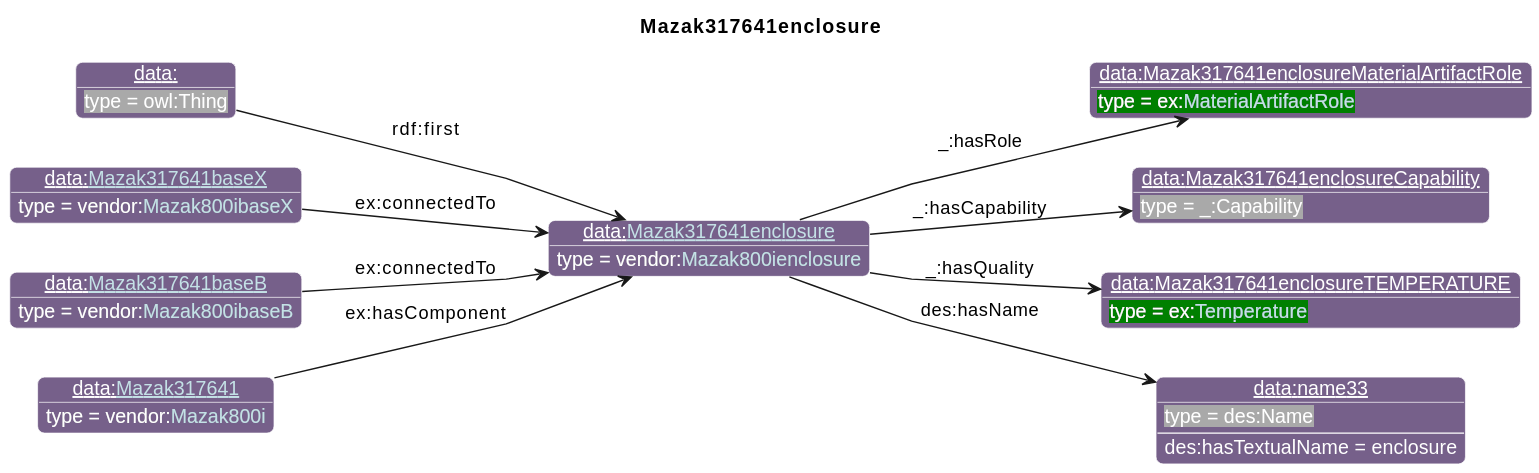
iofoundry/example-syseng-mtconnect keeps this PlantUML diagram as diagrams/Mazak317641enclosure.svg. Above is the earlier version.
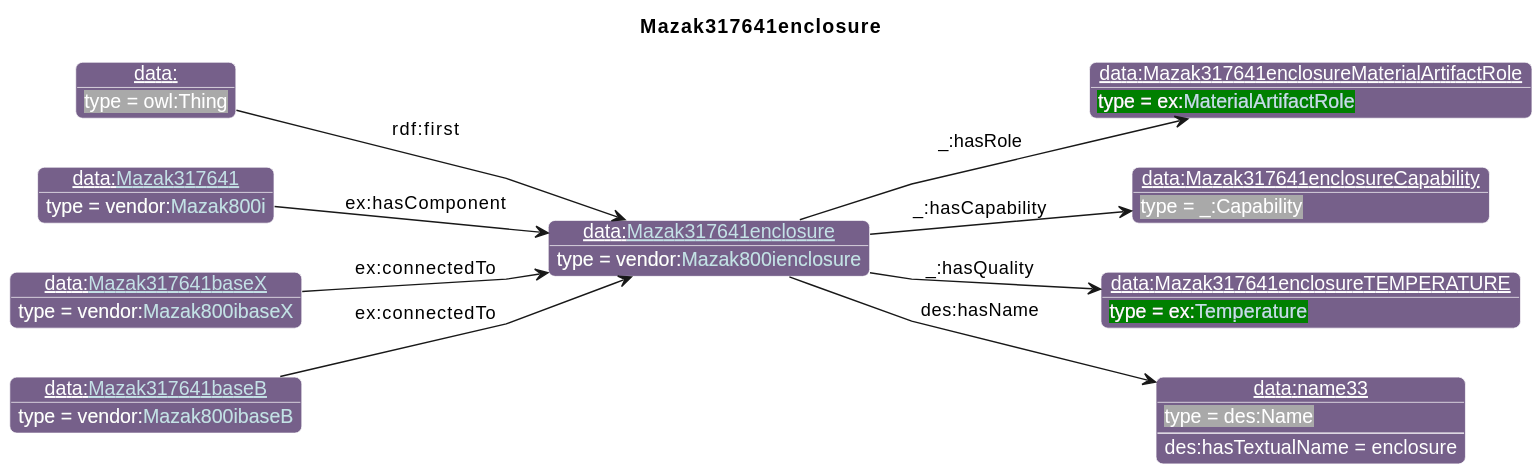
Later version of the same file.

What changed in the source:
```diff
@@ -31,16 +31,16 @@
 individual(o3, data:Mazak317641enclosureTEMPERATURE, ex:[[../Example.html#Temperature Temperature]])
 individual(o4, data:name33, des:Name)
 individual(o5, data:, owl:Thing)
-individual(o6, data:[[./Mazak317641baseX.html Mazak317641baseX]], vendor:[[../Mazak.html#Mazak800ibaseX Mazak800ibaseX]])
-individual(o7, data:[[./Mazak317641baseB.html Mazak317641baseB]], vendor:[[../Mazak.html#Mazak800ibaseB Mazak800ibaseB]])
-individual(o8, data:[[./Mazak317641.html Mazak317641]], vendor:[[../Mazak.html#Mazak800i Mazak800i]])
+individual(o6, data:[[./Mazak317641.html Mazak317641]], vendor:[[../Mazak.html#Mazak800i Mazak800i]])
+individual(o7, data:[[./Mazak317641baseX.html Mazak317641baseX]], vendor:[[../Mazak.html#Mazak800ibaseX Mazak800ibaseX]])
+individual(o8, data:[[./Mazak317641baseB.html Mazak317641baseB]], vendor:[[../Mazak.html#Mazak800ibaseB Mazak800ibaseB]])
 property(o0, "_:hasRole", o1)
 property(o0, "_:hasCapability", o2)
 property(o0, "_:hasQuality", o3)
 property(o0, "des:hasName", o4)
 data(o4, "des:hasTextualName", "enclosure")
 property(o5, "rdf:first", o0)
-property(o6, "ex:connectedTo", o0)
+property(o6, "ex:hasComponent", o0)
 property(o7, "ex:connectedTo", o0)
-property(o8, "ex:hasComponent", o0)
+property(o8, "ex:connectedTo", o0)
 @enduml
```
